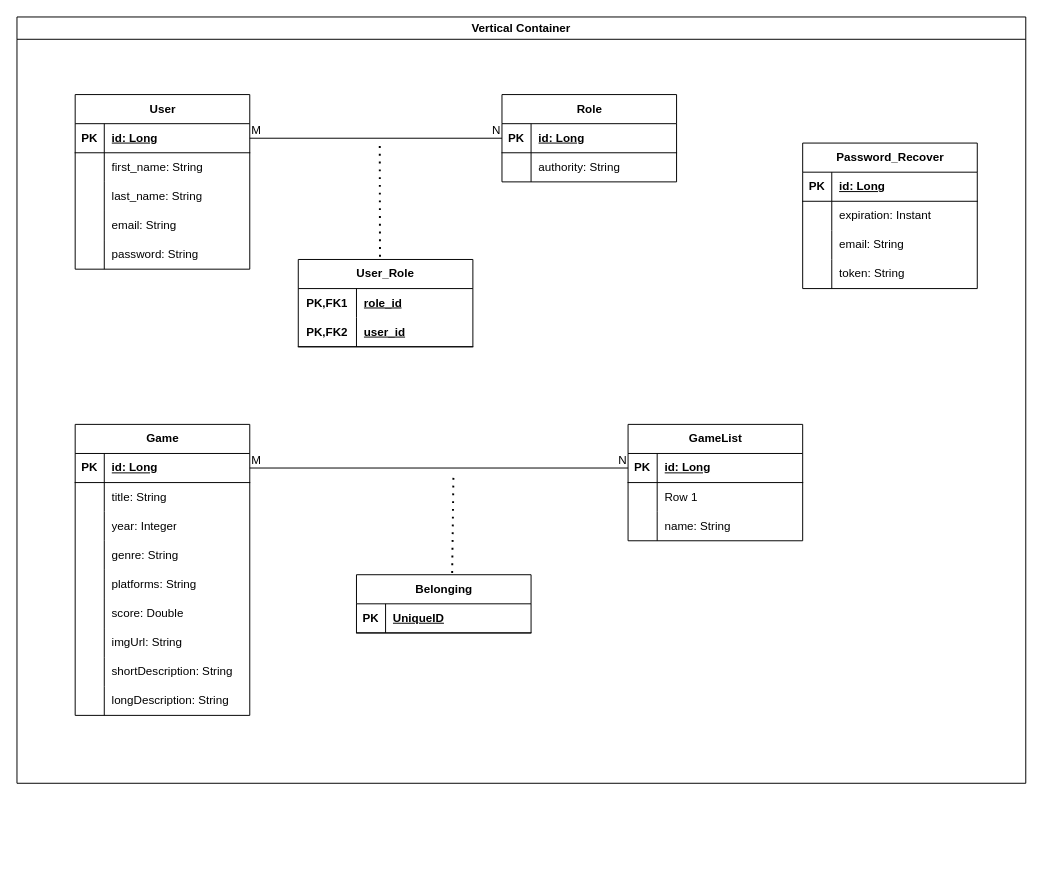
The draw.io diagram src/main/resources/diagrams/DER.drawio in fabioallima/list, before the edit. Source tidied: cells renumbered, new cells numbered last; positions are measured from the earlier drawing's top-left corner, leaving out a move shared by most shapes. Both pictures are drawn from the tidied source at 97%, with x=0, y=0 at pixel (16, 16).
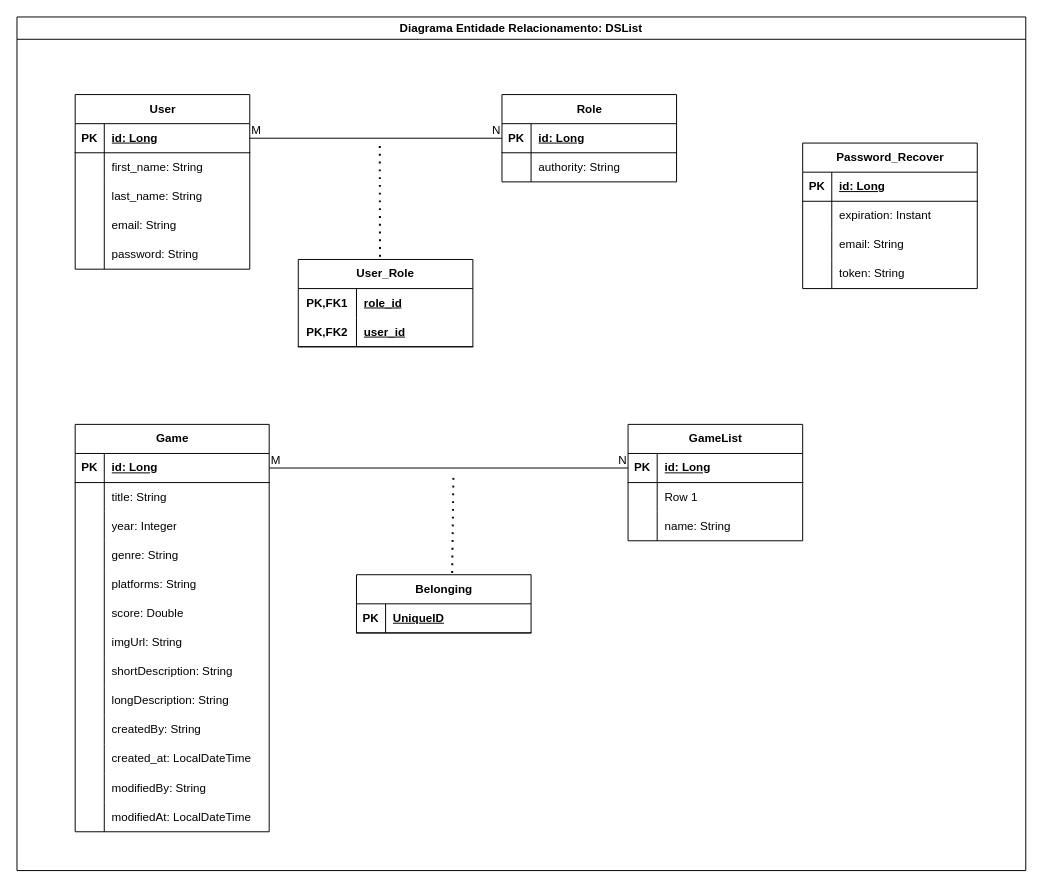
After the change.

What changed in the source:
```diff
@@
     <mxCell id="2" value="Game" style="shape=table;startSize=30;childLayout=tableLayout;rowLines=0;fontStyle=1;align=center;html=1;" parent="1" vertex="1">
-      <mxGeometry x="60" y="420" width="180" height="300" as="geometry" />
+      <mxGeometry x="60" y="420" width="200" height="420" as="geometry" />
     </mxCell>
     <mxCell id="3" style="shape=tableRow;horizontal=0;startSize=0;swimlaneHead=0;swimlaneBody=0;fillColor=none;points=[[0,0.5],[1,0.5]];portConstraint=eastwest;top=0;left=0;right=0;bottom=1;" parent="2" vertex="1">
-      <mxGeometry y="30" width="180" height="30" as="geometry" />
+      <mxGeometry y="30" width="200" height="30" as="geometry" />
     </mxCell>
@@
     <mxCell id="5" value="id: Long" style="shape=partialRectangle;fillColor=none;top=0;left=0;bottom=0;right=0;align=left;spacingLeft=6;fontStyle=5;overflow=hidden;whiteSpace=wrap;html=1;" parent="3" vertex="1">
-      <mxGeometry x="30" width="150" height="30" as="geometry" />
+      <mxGeometry x="30" width="170" height="30" as="geometry" />
     </mxCell>
     <mxCell id="6" style="shape=tableRow;horizontal=0;startSize=0;swimlaneHead=0;swimlaneBody=0;fillColor=none;top=0;left=0;right=0;bottom=0;" parent="2" vertex="1">
-      <mxGeometry y="60" width="180" height="30" as="geometry" />
+      <mxGeometry y="60" width="200" height="30" as="geometry" />
     </mxCell>
@@
     <mxCell id="8" value="title: String" style="shape=partialRectangle;fillColor=none;top=0;left=0;bottom=0;right=0;align=left;spacingLeft=6;overflow=hidden;whiteSpace=wrap;html=1;" parent="6" vertex="1">
-      <mxGeometry x="30" width="150" height="30" as="geometry" />
+      <mxGeometry x="30" width="170" height="30" as="geometry" />
     </mxCell>
     <mxCell id="9" style="shape=tableRow;horizontal=0;startSize=0;swimlaneHead=0;swimlaneBody=0;fillColor=none;top=0;left=0;right=0;bottom=0;" parent="2" vertex="1">
-      <mxGeometry y="90" width="180" height="30" as="geometry" />
+      <mxGeometry y="90" width="200" height="30" as="geometry" />
     </mxCell>
@@
     <mxCell id="11" value="year: Integer" style="shape=partialRectangle;fillColor=none;top=0;left=0;bottom=0;right=0;align=left;spacingLeft=6;overflow=hidden;whiteSpace=wrap;html=1;" parent="9" vertex="1">
-      <mxGeometry x="30" width="150" height="30" as="geometry" />
+      <mxGeometry x="30" width="170" height="30" as="geometry" />
     </mxCell>
     <mxCell id="12" style="shape=tableRow;horizontal=0;startSize=0;swimlaneHead=0;swimlaneBody=0;fillColor=none;top=0;left=0;right=0;bottom=0;" parent="2" vertex="1">
-      <mxGeometry y="120" width="180" height="30" as="geometry" />
+      <mxGeometry y="120" width="200" height="30" as="geometry" />
     </mxCell>
@@
     <mxCell id="14" value="genre: String" style="shape=partialRectangle;fillColor=none;top=0;left=0;bottom=0;right=0;align=left;spacingLeft=6;overflow=hidden;whiteSpace=wrap;html=1;" parent="12" vertex="1">
-      <mxGeometry x="30" width="150" height="30" as="geometry" />
+      <mxGeometry x="30" width="170" height="30" as="geometry" />
     </mxCell>
     <mxCell id="15" style="shape=tableRow;horizontal=0;startSize=0;swimlaneHead=0;swimlaneBody=0;fillColor=none;top=0;left=0;right=0;bottom=0;" parent="2" vertex="1">
-      <mxGeometry y="150" width="180" height="30" as="geometry" />
+      <mxGeometry y="150" width="200" height="30" as="geometry" />
     </mxCell>
@@
     <mxCell id="17" value="platforms: String" style="shape=partialRectangle;fillColor=none;top=0;left=0;bottom=0;right=0;align=left;spacingLeft=6;overflow=hidden;whiteSpace=wrap;html=1;" parent="15" vertex="1">
-      <mxGeometry x="30" width="150" height="30" as="geometry" />
+      <mxGeometry x="30" width="170" height="30" as="geometry" />
     </mxCell>
     <mxCell id="18" style="shape=tableRow;horizontal=0;startSize=0;swimlaneHead=0;swimlaneBody=0;fillColor=none;top=0;left=0;right=0;bottom=0;" parent="2" vertex="1">
-      <mxGeometry y="180" width="180" height="30" as="geometry" />
+      <mxGeometry y="180" width="200" height="30" as="geometry" />
     </mxCell>
@@
     <mxCell id="20" value="score: Double" style="shape=partialRectangle;fillColor=none;top=0;left=0;bottom=0;right=0;align=left;spacingLeft=6;overflow=hidden;whiteSpace=wrap;html=1;" parent="18" vertex="1">
-      <mxGeometry x="30" width="150" height="30" as="geometry" />
+      <mxGeometry x="30" width="170" height="30" as="geometry" />
     </mxCell>
     <mxCell id="21" style="shape=tableRow;horizontal=0;startSize=0;swimlaneHead=0;swimlaneBody=0;fillColor=none;top=0;left=0;right=0;bottom=0;" parent="2" vertex="1">
-      <mxGeometry y="210" width="180" height="30" as="geometry" />
+      <mxGeometry y="210" width="200" height="30" as="geometry" />
     </mxCell>
@@
     <mxCell id="23" value="imgUrl: String" style="shape=partialRectangle;fillColor=none;top=0;left=0;bottom=0;right=0;align=left;spacingLeft=6;overflow=hidden;whiteSpace=wrap;html=1;" parent="21" vertex="1">
-      <mxGeometry x="30" width="150" height="30" as="geometry" />
+      <mxGeometry x="30" width="170" height="30" as="geometry" />
     </mxCell>
     <mxCell id="24" style="shape=tableRow;horizontal=0;startSize=0;swimlaneHead=0;swimlaneBody=0;fillColor=none;top=0;left=0;right=0;bottom=0;" parent="2" vertex="1">
-      <mxGeometry y="240" width="180" height="30" as="geometry" />
+      <mxGeometry y="240" width="200" height="30" as="geometry" />
     </mxCell>
@@
     <mxCell id="26" value="shortDescription: String" style="shape=partialRectangle;fillColor=none;top=0;left=0;bottom=0;right=0;align=left;spacingLeft=6;overflow=hidden;whiteSpace=wrap;html=1;" parent="24" vertex="1">
-      <mxGeometry x="30" width="150" height="30" as="geometry" />
+      <mxGeometry x="30" width="170" height="30" as="geometry" />
     </mxCell>
     <mxCell id="27" style="shape=tableRow;horizontal=0;startSize=0;swimlaneHead=0;swimlaneBody=0;fillColor=none;top=0;left=0;right=0;bottom=0;" parent="2" vertex="1">
-      <mxGeometry y="270" width="180" height="30" as="geometry" />
+      <mxGeometry y="270" width="200" height="30" as="geometry" />
     </mxCell>
@@
     <mxCell id="29" value="longDescription: String" style="shape=partialRectangle;fillColor=none;top=0;left=0;bottom=0;right=0;align=left;spacingLeft=6;overflow=hidden;whiteSpace=wrap;html=1;" parent="27" vertex="1">
-      <mxGeometry x="30" width="150" height="30" as="geometry" />
+      <mxGeometry x="30" width="170" height="30" as="geometry" />
     </mxCell>
+    <mxCell id="96" style="shape=tableRow;horizontal=0;startSize=0;swimlaneHead=0;swimlaneBody=0;fillColor=none;top=0;left=0;right=0;bottom=0;" parent="2" vertex="1">
+      <mxGeometry y="300" width="200" height="30" as="geometry" />
+    </mxCell>
+    <mxCell id="97" style="shape=partialRectangle;fillColor=none;top=0;left=0;bottom=0;right=0;overflow=hidden;whiteSpace=wrap;html=1;" parent="96" vertex="1">
+      <mxGeometry width="30" height="30" as="geometry" />
+    </mxCell>
+    <mxCell id="98" value="createdBy: String" style="shape=partialRectangle;fillColor=none;top=0;left=0;bottom=0;right=0;align=left;spacingLeft=6;overflow=hidden;whiteSpace=wrap;html=1;" parent="96" vertex="1">
+      <mxGeometry x="30" width="170" height="30" as="geometry" />
+    </mxCell>
+    <mxCell id="99" style="shape=tableRow;horizontal=0;startSize=0;swimlaneHead=0;swimlaneBody=0;fillColor=none;top=0;left=0;right=0;bottom=0;" parent="2" vertex="1">
+      <mxGeometry y="330" width="200" height="30" as="geometry" />
+    </mxCell>
+    <mxCell id="100" style="shape=partialRectangle;fillColor=none;top=0;left=0;bottom=0;right=0;overflow=hidden;whiteSpace=wrap;html=1;" parent="99" vertex="1">
+      <mxGeometry width="30" height="30" as="geometry" />
+    </mxCell>
+    <mxCell id="101" value="created_at: LocalDateTime" style="shape=partialRectangle;fillColor=none;top=0;left=0;bottom=0;right=0;align=left;spacingLeft=6;overflow=hidden;whiteSpace=wrap;html=1;" parent="99" vertex="1">
+      <mxGeometry x="30" width="170" height="30" as="geometry" />
+    </mxCell>
+    <mxCell id="102" style="shape=tableRow;horizontal=0;startSize=0;swimlaneHead=0;swimlaneBody=0;fillColor=none;top=0;left=0;right=0;bottom=0;" parent="2" vertex="1">
+      <mxGeometry y="360" width="200" height="30" as="geometry" />
+    </mxCell>
+    <mxCell id="103" style="shape=partialRectangle;fillColor=none;top=0;left=0;bottom=0;right=0;overflow=hidden;whiteSpace=wrap;html=1;" parent="102" vertex="1">
+      <mxGeometry width="30" height="30" as="geometry" />
+    </mxCell>
+    <mxCell id="104" value="modifiedBy: String" style="shape=partialRectangle;fillColor=none;top=0;left=0;bottom=0;right=0;align=left;spacingLeft=6;overflow=hidden;whiteSpace=wrap;html=1;" parent="102" vertex="1">
+      <mxGeometry x="30" width="170" height="30" as="geometry" />
+    </mxCell>
+    <mxCell id="105" style="shape=tableRow;horizontal=0;startSize=0;swimlaneHead=0;swimlaneBody=0;fillColor=none;top=0;left=0;right=0;bottom=0;" parent="2" vertex="1">
+      <mxGeometry y="390" width="200" height="30" as="geometry" />
+    </mxCell>
+    <mxCell id="106" style="shape=partialRectangle;fillColor=none;top=0;left=0;bottom=0;right=0;overflow=hidden;whiteSpace=wrap;html=1;" parent="105" vertex="1">
+      <mxGeometry width="30" height="30" as="geometry" />
+    </mxCell>
+    <mxCell id="107" value="modifiedAt: LocalDateTime" style="shape=partialRectangle;fillColor=none;top=0;left=0;bottom=0;right=0;align=left;spacingLeft=6;overflow=hidden;whiteSpace=wrap;html=1;" parent="105" vertex="1">
+      <mxGeometry x="30" width="170" height="30" as="geometry" />
+    </mxCell>
@@
-    <mxCell id="95" value="Vertical Container" style="swimlane;whiteSpace=wrap;html=1;" parent="1" vertex="1">
-      <mxGeometry width="1040" height="790" as="geometry" />
+    <mxCell id="95" value="Diagrama Entidade Relacionamento: DSList" style="swimlane;whiteSpace=wrap;html=1;" parent="1" vertex="1">
+      <mxGeometry width="1040" height="880" as="geometry" />
     </mxCell>
```
